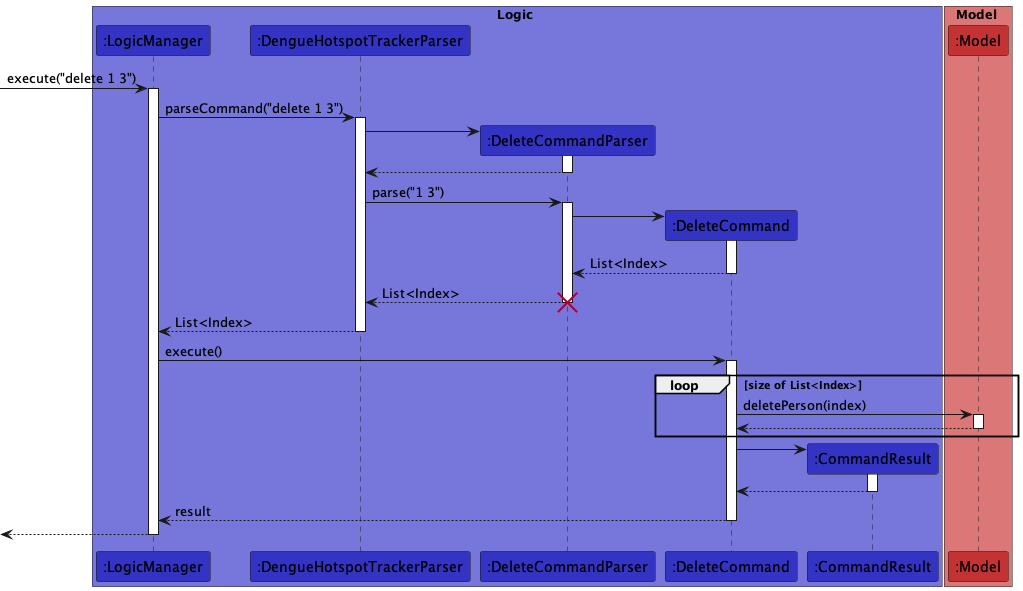
nus-cs2103-AY2223S2/tp keeps this PlantUML diagram as docs/images/DeleteMultiIndexSequenceDiagram.png. Above is the earlier version. Its diagram source:
```plantuml
@startuml

!define LOGIC_COLOR #3333C4
!define LOGIC_COLOR_T1 #7777DB
!define LOGIC_COLOR_T2 #5252CE
!define LOGIC_COLOR_T3 #1616B0
!define LOGIC_COLOR_T4 #101086
!define MODEL_COLOR #C43333
!define MODEL_COLOR_T1 #DB7777

box Logic LOGIC_COLOR_T1
participant ":LogicManager" as LogicManager LOGIC_COLOR
participant ":DengueHotspotTrackerParser" as DengueHotspotTrackerParser LOGIC_COLOR
participant ":DeleteCommandParser" as DeleteCommandParser LOGIC_COLOR
participant ":DeleteCommand" as DeleteCommand LOGIC_COLOR
participant ":CommandResult" as CommandResult LOGIC_COLOR
end box

box Model MODEL_COLOR_T1
participant ":Model" as Model MODEL_COLOR
end box

[-> LogicManager : execute("delete 1 3")
activate LogicManager

LogicManager -> DengueHotspotTrackerParser : parseCommand("delete 1 3")
activate DengueHotspotTrackerParser

create DeleteCommandParser
DengueHotspotTrackerParser -> DeleteCommandParser
activate DeleteCommandParser

DeleteCommandParser --> DengueHotspotTrackerParser
deactivate DeleteCommandParser

DengueHotspotTrackerParser -> DeleteCommandParser : parse("1 3")
activate DeleteCommandParser

create DeleteCommand
DeleteCommandParser -> DeleteCommand
activate DeleteCommand

DeleteCommand --> DeleteCommandParser : List<Index>
deactivate DeleteCommand

DeleteCommandParser --> DengueHotspotTrackerParser : List<Index>
deactivate DeleteCommandParser
destroy DeleteCommandParser

DengueHotspotTrackerParser --> LogicManager : List<Index>
deactivate DengueHotspotTrackerParser

LogicManager -> DeleteCommand : execute()
activate DeleteCommand

loop size of List<Index>
DeleteCommand -> Model : deletePerson(index)
activate Model

Model --> DeleteCommand
deactivate Model
end

create CommandResult
DeleteCommand -> CommandResult
activate CommandResult

CommandResult --> DeleteCommand
deactivate CommandResult

DeleteCommand --> LogicManager : result
deactivate DeleteCommand

LogicManager -->[
deactivate LogicManager

@enduml
```
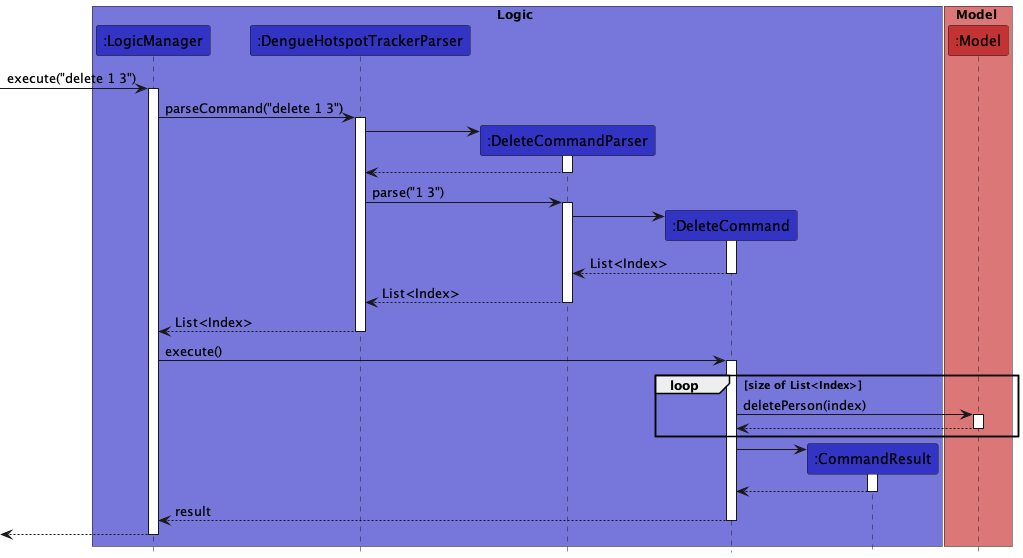
The same diagram one commit later.

Commit message:
Make suggested changes to diagrams

What changed in the source:
```diff
@@ -1,4 +1,5 @@
 @startuml
+hide footbox
 
 !define LOGIC_COLOR #3333C4
 !define LOGIC_COLOR_T1 #7777DB
@@ -45,7 +46,6 @@
 
 DeleteCommandParser --> DengueHotspotTrackerParser : List<Index>
 deactivate DeleteCommandParser
-destroy DeleteCommandParser
 
 DengueHotspotTrackerParser --> LogicManager : List<Index>
 deactivate DengueHotspotTrackerParser
```
